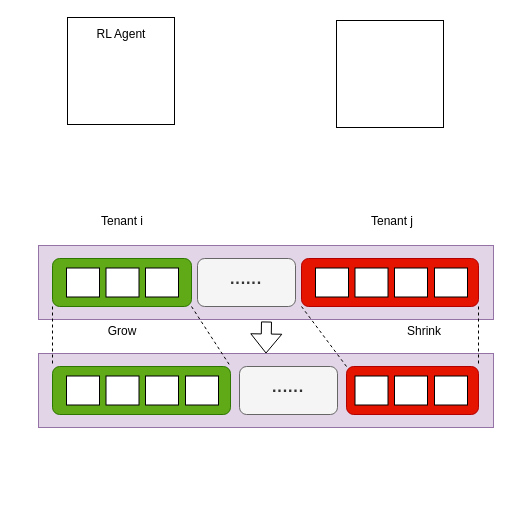
The draw.io diagram 未命名绘图.drawio in K111DK/Network-utils, before the edit. Source tidied: cells renumbered, new cells numbered last; positions are measured from the earlier drawing's top-left corner, leaving out a move shared by most shapes. Both pictures are drawn from the tidied source at 100%, with x=0, y=0 at pixel (38, 17).
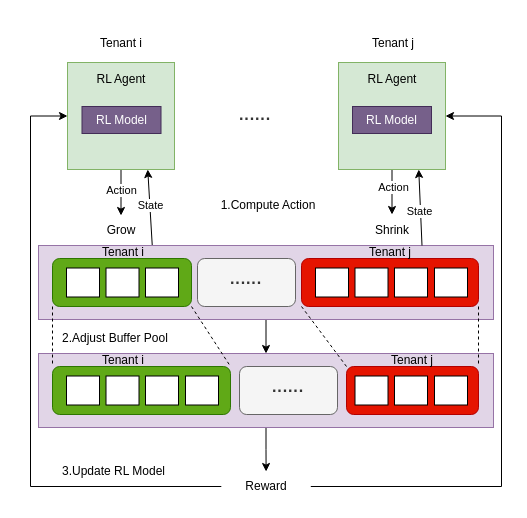
The same diagram, later.

Commit message (it also covers changes not shown here):
更新未命名绘图.drawio

Unchanged cells that the change refers to:
```xml
<mxCell id="2" style="rounded=0;whiteSpace=wrap;html=1;fillColor=#e1d5e7;strokeColor=#9673a6;" parent="1" vertex="1">
  <mxGeometry y="228" width="455" height="74" as="geometry" />
</mxCell>
<mxCell id="13" style="rounded=0;whiteSpace=wrap;html=1;fillColor=#e1d5e7;strokeColor=#9673a6;" parent="1" vertex="1">
  <mxGeometry y="336" width="455" height="74" as="geometry" />
</mxCell>
```

Diff of the diagram source:
```diff
@@
+    <mxCell id="36" style="edgeStyle=orthogonalEdgeStyle;rounded=0;orthogonalLoop=1;jettySize=auto;html=1;exitX=0.25;exitY=0;exitDx=0;exitDy=0;" parent="1" edge="1">
+      <mxGeometry relative="1" as="geometry">
+        <mxPoint x="86" y="183" as="sourcePoint" />
+        <mxPoint x="85.9" y="182.8" as="targetPoint" />
+      </mxGeometry>
+    </mxCell>
+    <mxCell id="37" style="edgeStyle=orthogonalEdgeStyle;rounded=0;jettySize=auto;html=1;exitX=0.5;exitY=1;exitDx=0;exitDy=0;entryX=0.5;entryY=0;entryDx=0;entryDy=0;" parent="1" edge="1" source="2" target="13">
+      <mxGeometry relative="1" as="geometry" />
+    </mxCell>
+    <mxCell id="38" style="rounded=0;jettySize=auto;html=1;exitX=0.25;exitY=0;exitDx=0;exitDy=0;entryX=0.75;entryY=1;entryDx=0;entryDy=0;" parent="1" edge="1" source="2" target="33">
+      <mxGeometry relative="1" as="geometry" />
+    </mxCell>
+    <mxCell id="39" value="State" style="edgeLabel;html=1;align=center;verticalAlign=middle;" parent="38" vertex="1">
+      <mxGeometry x="0.08" relative="1" as="geometry" />
+    </mxCell>
@@
+    <mxCell id="40" style="edgeStyle=orthogonalEdgeStyle;rounded=0;jettySize=auto;html=1;exitX=0.5;exitY=1;exitDx=0;exitDy=0;" parent="1" edge="1" source="13" target="51">
+      <mxGeometry relative="1" as="geometry" />
+    </mxCell>
@@
     <mxCell id="28" value="Tenant i" style="text;html=1;whiteSpace=wrap;strokeColor=none;fillColor=none;align=center;verticalAlign=middle;rounded=0;" parent="1" vertex="1">
-      <mxGeometry x="29" y="197" width="110" height="14" as="geometry" />
+      <mxGeometry x="28" y="19" width="110" height="14" as="geometry" />
     </mxCell>
     <mxCell id="29" value="Tenant j" style="text;html=1;whiteSpace=wrap;strokeColor=none;fillColor=none;align=center;verticalAlign=middle;rounded=0;" parent="1" vertex="1">
-      <mxGeometry x="299" y="197" width="110" height="14" as="geometry" />
+      <mxGeometry x="300" y="19" width="110" height="14" as="geometry" />
     </mxCell>
+    <mxCell id="41" style="edgeStyle=orthogonalEdgeStyle;rounded=0;jettySize=auto;html=1;exitX=0.5;exitY=1;exitDx=0;exitDy=0;entryX=0.5;entryY=0;entryDx=0;entryDy=0;" parent="1" edge="1" source="33" target="30">
+      <mxGeometry relative="1" as="geometry" />
+    </mxCell>
+    <mxCell id="42" value="Action" style="edgeLabel;html=1;align=center;verticalAlign=middle;" parent="41" vertex="1">
+      <mxGeometry x="-0.13" relative="1" as="geometry" />
+    </mxCell>
+    <mxCell id="33" style="whiteSpace=wrap;html=1;align=center;fillColor=#d5e8d4;strokeColor=#82b366;" parent="1" vertex="1">
+      <mxGeometry x="29" y="45" width="107" height="107" as="geometry" />
+    </mxCell>
+    <mxCell id="35" value="RL Agent" style="text;html=1;whiteSpace=wrap;strokeColor=none;fillColor=none;align=center;verticalAlign=middle;rounded=0;" parent="1" vertex="1">
+      <mxGeometry x="28" y="55" width="110" height="14" as="geometry" />
+    </mxCell>
+    <mxCell id="43" value="RL Model" style="rounded=0;whiteSpace=wrap;html=1;fillColor=#76608a;fontColor=#ffffff;strokeColor=#432D57;" parent="1" vertex="1">
+      <mxGeometry x="43.5" y="89" width="79" height="27" as="geometry" />
+    </mxCell>
+    <mxCell id="44" style="edgeStyle=orthogonalEdgeStyle;rounded=0;jettySize=auto;html=1;exitX=0.5;exitY=1;exitDx=0;exitDy=0;entryX=0.5;entryY=0;entryDx=0;entryDy=0;" parent="1" edge="1" source="46" target="31">
+      <mxGeometry relative="1" as="geometry" />
+    </mxCell>
+    <mxCell id="45" value="Action" style="edgeLabel;html=1;align=center;verticalAlign=middle;" parent="44" vertex="1">
+      <mxGeometry x="-0.24" y="1" relative="1" as="geometry" />
+    </mxCell>
+    <mxCell id="46" style="whiteSpace=wrap;html=1;align=center;fillColor=#d5e8d4;strokeColor=#82b366;" parent="1" vertex="1">
+      <mxGeometry x="300" y="45" width="107" height="107" as="geometry" />
+    </mxCell>
+    <mxCell id="47" value="RL Agent" style="text;html=1;whiteSpace=wrap;strokeColor=none;fillColor=none;align=center;verticalAlign=middle;rounded=0;" parent="1" vertex="1">
+      <mxGeometry x="299" y="55" width="110" height="14" as="geometry" />
+    </mxCell>
+    <mxCell id="48" value="RL Model" style="rounded=0;whiteSpace=wrap;html=1;fillColor=#76608a;fontColor=#ffffff;strokeColor=#432D57;" parent="1" vertex="1">
+      <mxGeometry x="314" y="89" width="79" height="27" as="geometry" />
+    </mxCell>
+    <mxCell id="49" style="edgeStyle=orthogonalEdgeStyle;rounded=0;jettySize=auto;html=1;exitX=1;exitY=0.5;exitDx=0;exitDy=0;entryX=1;entryY=0.5;entryDx=0;entryDy=0;" parent="1" edge="1" source="51" target="46">
+      <mxGeometry relative="1" as="geometry">
+        <Array as="points">
+          <mxPoint x="463" y="469" />
+          <mxPoint x="463" y="98" />
+        </Array>
+      </mxGeometry>
+    </mxCell>
+    <mxCell id="50" style="edgeStyle=orthogonalEdgeStyle;rounded=0;jettySize=auto;html=1;exitX=0;exitY=0.5;exitDx=0;exitDy=0;entryX=0;entryY=0.5;entryDx=0;entryDy=0;" parent="1" edge="1" source="51" target="33">
+      <mxGeometry relative="1" as="geometry">
+        <Array as="points">
+          <mxPoint x="-8" y="469" />
+          <mxPoint x="-8" y="98" />
+        </Array>
+      </mxGeometry>
+    </mxCell>
+    <mxCell id="51" value="Reward" style="text;html=1;whiteSpace=wrap;strokeColor=none;fillColor=none;align=center;verticalAlign=middle;rounded=1;" parent="1" vertex="1">
+      <mxGeometry x="182.8" y="454" width="89.5" height="30" as="geometry" />
+    </mxCell>
-    <mxCell id="30" value="Grow" style="text;html=1;whiteSpace=wrap;align=center;verticalAlign=middle;rounded=0;" parent="1" vertex="1">
-      <mxGeometry x="54" y="299" width="60" height="30" as="geometry" />
+    <mxCell id="30" value="Grow" style="text;html=1;whiteSpace=wrap;strokeColor=none;fillColor=none;align=center;verticalAlign=middle;rounded=0;" parent="1" vertex="1">
+      <mxGeometry x="52.5" y="198" width="60" height="30" as="geometry" />
     </mxCell>
+    <mxCell id="52" style="rounded=0;jettySize=auto;html=1;exitX=1;exitY=1;exitDx=0;exitDy=0;entryX=0.75;entryY=1;entryDx=0;entryDy=0;" parent="1" edge="1" source="31" target="46">
+      <mxGeometry relative="1" as="geometry" />
+    </mxCell>
+    <mxCell id="53" value="State" style="edgeLabel;html=1;align=center;verticalAlign=middle;" parent="52" vertex="1">
+      <mxGeometry x="-0.08" y="2" relative="1" as="geometry" />
+    </mxCell>
     <mxCell id="31" value="Shrink" style="text;html=1;whiteSpace=wrap;strokeColor=none;fillColor=none;align=center;verticalAlign=middle;rounded=0;" parent="1" vertex="1">
-      <mxGeometry x="356" y="299" width="60" height="30" as="geometry" />
+      <mxGeometry x="323.5" y="197" width="60" height="31" as="geometry" />
     </mxCell>
-    <mxCell id="32" style="shape=flexArrow;endArrow=classic;html=1;rounded=0;entryX=0.5;entryY=0;entryDx=0;entryDy=0;" parent="1" edge="1" target="13">
-      <mxGeometry relative="1" as="geometry">
-        <mxPoint x="228" y="304" as="sourcePoint" />
-      </mxGeometry>
-    </mxCell>
-    <mxCell id="33" style="whiteSpace=wrap;html=1;align=center;" parent="1" vertex="1">
-      <mxGeometry x="29" width="107" height="107" as="geometry" />
-    </mxCell>
-    <mxCell id="34" style="whiteSpace=wrap;html=1;" parent="1" vertex="1">
-      <mxGeometry x="298" y="3" width="107" height="107" as="geometry" />
-    </mxCell>
-    <mxCell id="35" value="RL Agent" style="text;html=1;whiteSpace=wrap;strokeColor=none;fillColor=none;align=center;verticalAlign=middle;rounded=0;" parent="1" vertex="1">
-      <mxGeometry x="28" y="10" width="110" height="14" as="geometry" />
-    </mxCell>
+    <mxCell id="54" value="&lt;span style=&quot;color: rgb(51, 51, 51); font-size: 16px;&quot;&gt;&lt;b&gt;·&lt;/b&gt;&lt;/span&gt;&lt;b style=&quot;color: rgb(51, 51, 51); font-size: 16px;&quot;&gt;·&lt;/b&gt;&lt;b style=&quot;color: rgb(51, 51, 51); font-size: 16px;&quot;&gt;·&lt;/b&gt;&lt;b style=&quot;color: rgb(51, 51, 51); font-size: 16px;&quot;&gt;·&lt;/b&gt;&lt;b style=&quot;color: rgb(51, 51, 51); font-size: 16px;&quot;&gt;·&lt;/b&gt;&lt;b style=&quot;color: rgb(51, 51, 51); font-size: 16px;&quot;&gt;·&lt;/b&gt;" style="text;html=1;whiteSpace=wrap;strokeColor=none;fillColor=none;align=center;verticalAlign=middle;rounded=0;" parent="1" vertex="1">
+      <mxGeometry x="187" y="86" width="60" height="30" as="geometry" />
+    </mxCell>
+    <mxCell id="55" value="2.Adjust Buffer Pool" style="text;html=1;whiteSpace=wrap;strokeColor=none;fillColor=none;align=left;verticalAlign=middle;rounded=0;" parent="1" vertex="1">
+      <mxGeometry x="22" y="306" width="147" height="30" as="geometry" />
+    </mxCell>
+    <mxCell id="56" value="Tenant i" style="text;html=1;whiteSpace=wrap;strokeColor=none;fillColor=none;align=center;verticalAlign=middle;rounded=0;" parent="1" vertex="1">
+      <mxGeometry x="30" y="228" width="110" height="14" as="geometry" />
+    </mxCell>
+    <mxCell id="57" value="Tenant i" style="text;html=1;whiteSpace=wrap;strokeColor=none;fillColor=none;align=center;verticalAlign=middle;rounded=0;" parent="1" vertex="1">
+      <mxGeometry x="30" y="336" width="110" height="14" as="geometry" />
+    </mxCell>
+    <mxCell id="58" value="Tenant j" style="text;html=1;whiteSpace=wrap;strokeColor=none;fillColor=none;align=center;verticalAlign=middle;rounded=0;" parent="1" vertex="1">
+      <mxGeometry x="296.5" y="228" width="110" height="14" as="geometry" />
+    </mxCell>
+    <mxCell id="59" value="Tenant j" style="text;html=1;whiteSpace=wrap;strokeColor=none;fillColor=none;align=center;verticalAlign=middle;rounded=0;" parent="1" vertex="1">
+      <mxGeometry x="319" y="336" width="110" height="14" as="geometry" />
+    </mxCell>
+    <mxCell id="60" value="1.Compute Action" style="text;html=1;whiteSpace=wrap;strokeColor=none;fillColor=none;align=center;verticalAlign=middle;rounded=0;" parent="1" vertex="1">
+      <mxGeometry x="139.5" y="173" width="179.5" height="30" as="geometry" />
+    </mxCell>
+    <mxCell id="61" value="3.Update RL Model" style="text;html=1;whiteSpace=wrap;strokeColor=none;fillColor=none;align=center;verticalAlign=middle;rounded=0;" parent="1" vertex="1">
+      <mxGeometry x="-21" y="439" width="193" height="30" as="geometry" />
+    </mxCell>
```
